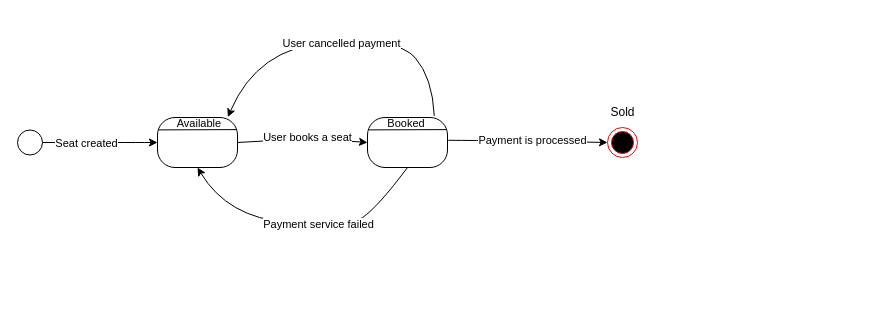
The draw.io diagram TicketStateDiagram.drawio in PrimoTibalt/IntermediatePlusMentoring, before the edit. Source tidied: cells renumbered, new cells numbered last; positions are measured from the earlier drawing's top-left corner, leaving out a move shared by most shapes. Both pictures are drawn from the tidied source at 100%, with x=0, y=0 at pixel (17, 17).
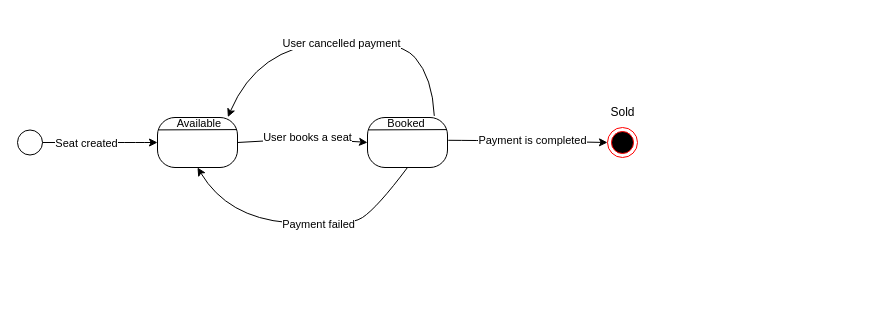
Above is the later version.

The change refers to these unchanged cells:
```xml
<mxCell id="11" style="curved=1;endArrow=classic;html=1;rounded=0;entryX=0;entryY=0.5;entryDx=0;entryDy=0;exitX=1.01;exitY=0.456;exitDx=0;exitDy=0;exitPerimeter=0;" parent="2" edge="1" source="7" target="17">
  <mxGeometry relative="1" as="geometry">
    <Array as="points">
      <mxPoint x="450" y="123" />
    </Array>
  </mxGeometry>
</mxCell>
<mxCell id="15" style="curved=1;endArrow=classic;html=1;rounded=0;entryX=0.5;entryY=1;entryDx=0;entryDy=0;exitX=0.5;exitY=1;exitDx=0;exitDy=0;" parent="2" edge="1" source="7" target="4">
  <mxGeometry relative="1" as="geometry">
    <Array as="points">
      <mxPoint x="330" y="190" />
      <mxPoint x="300" y="210" />
      <mxPoint x="180" y="200" />
    </Array>
  </mxGeometry>
</mxCell>
```

Diff of the diagram source:
```diff
@@
-    <mxCell id="12" value="Payment is processed" style="edgeLabel;html=1;align=center;verticalAlign=middle;" parent="11" vertex="1">
+    <mxCell id="12" value="Payment is completed" style="edgeLabel;html=1;align=center;verticalAlign=middle;" parent="11" vertex="1">
       <mxGeometry x="0.05" y="1" relative="1" as="geometry" />
     </mxCell>
@@
-    <mxCell id="16" value="Payment service failed" style="edgeLabel;html=1;align=center;verticalAlign=middle;" parent="15" vertex="1">
+    <mxCell id="16" value="Payment failed" style="edgeLabel;html=1;align=center;verticalAlign=middle;" parent="15" vertex="1">
       <mxGeometry x="0.17" y="2" relative="1" as="geometry">
         <mxPoint x="39" as="offset" />
       </mxGeometry>
     </mxCell>
```
